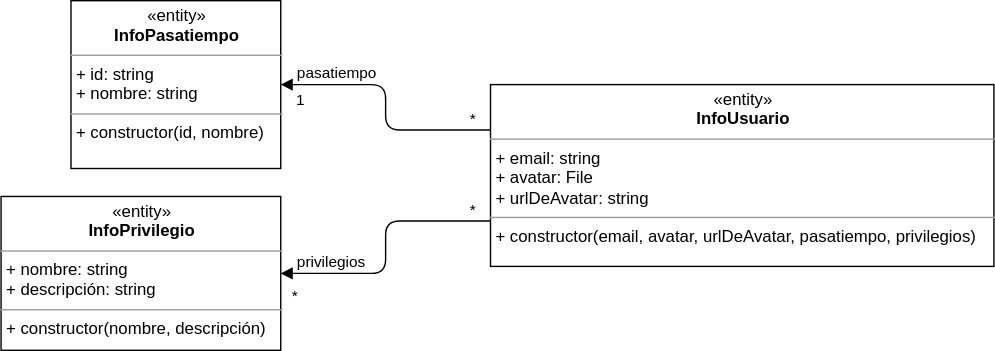
Above: img/clases_bd.svg in gilpgprap/gilpgprap.github.io (draw.io), before the change. Source tidied: cells renumbered, new cells last; positions are measured from the earlier drawing's top-left corner, leaving out a move shared by most shapes. Its diagram source:
```xml
<mxGraphModel>
  <root>
    <mxCell id="0" />
    <mxCell id="1" parent="0" />
    <mxCell id="2" value="&lt;p style=&quot;margin: 0px ; margin-top: 4px ; text-align: center&quot;&gt;«entity»&lt;br&gt;&lt;b&gt;InfoPasatiempo&lt;/b&gt;&lt;/p&gt;&lt;hr size=&quot;1&quot;&gt;&lt;p style=&quot;margin: 0px ; margin-left: 4px&quot;&gt;+ id: string&lt;br&gt;+ nombre: string&lt;/p&gt;&lt;hr size=&quot;1&quot;&gt;&lt;p style=&quot;margin: 0px ; margin-left: 4px&quot;&gt;+ constructor(id, nombre)&lt;/p&gt;" style="verticalAlign=top;align=left;overflow=fill;fontSize=12;fontFamily=Helvetica;html=1;" parent="1" vertex="1">
      <mxGeometry x="50" width="150" height="120" as="geometry" />
    </mxCell>
    <mxCell id="3" value="&lt;p style=&quot;margin: 0px ; margin-top: 4px ; text-align: center&quot;&gt;«entity»&lt;br&gt;&lt;b&gt;InfoUsuario&lt;/b&gt;&lt;/p&gt;&lt;hr size=&quot;1&quot;&gt;&lt;p style=&quot;margin: 0px ; margin-left: 4px&quot;&gt;+ email: string&lt;/p&gt;&lt;p style=&quot;margin: 0px ; margin-left: 4px&quot;&gt;+ avatar: File&lt;br&gt;&lt;/p&gt;&lt;p style=&quot;margin: 0px ; margin-left: 4px&quot;&gt;+ urlDeAvatar: string&lt;/p&gt;&lt;hr size=&quot;1&quot;&gt;&lt;p style=&quot;margin: 0px ; margin-left: 4px&quot;&gt;+ constructor(email, avatar, urlDeAvatar, pasatiempo, privilegios)&lt;/p&gt;" style="verticalAlign=top;align=left;overflow=fill;fontSize=12;fontFamily=Helvetica;html=1;" parent="1" vertex="1">
      <mxGeometry x="350" y="60" width="360" height="130" as="geometry" />
    </mxCell>
    <mxCell id="4" style="endArrow=none;html=1;edgeStyle=orthogonalEdgeStyle;exitX=1;exitY=0.5;exitDx=0;exitDy=0;entryX=0;entryY=0.75;entryDx=0;entryDy=0;startArrow=block;startFill=1;" parent="1" edge="1" source="12" target="3">
      <mxGeometry relative="1" as="geometry" />
    </mxCell>
    <mxCell id="5" value="privilegios" style="edgeLabel;html=1;align=left;verticalAlign=bottom;" parent="4" vertex="1">
      <mxGeometry x="-1" relative="1" as="geometry">
        <mxPoint x="10" as="offset" />
      </mxGeometry>
    </mxCell>
    <mxCell id="6" value="*" style="edgeLabel;html=1;align=right;verticalAlign=bottom;" parent="4" vertex="1">
      <mxGeometry x="1" relative="1" as="geometry">
        <mxPoint x="-10.5" as="offset" />
      </mxGeometry>
    </mxCell>
    <mxCell id="7" value="*" style="edgeLabel;html=1;align=center;verticalAlign=middle;" parent="4" vertex="1">
      <mxGeometry x="-0.9" y="-1" relative="1" as="geometry">
        <mxPoint y="14" as="offset" />
      </mxGeometry>
    </mxCell>
    <mxCell id="8" style="endArrow=none;html=1;edgeStyle=orthogonalEdgeStyle;exitX=1;exitY=0.5;exitDx=0;exitDy=0;entryX=0;entryY=0.25;entryDx=0;entryDy=0;startArrow=block;startFill=1;" parent="1" edge="1" source="2" target="3">
      <mxGeometry relative="1" as="geometry" />
    </mxCell>
    <mxCell id="9" value="pasatiempo" style="edgeLabel;html=1;align=left;verticalAlign=bottom;" parent="8" vertex="1">
      <mxGeometry x="-1" relative="1" as="geometry">
        <mxPoint x="10" as="offset" />
      </mxGeometry>
    </mxCell>
    <mxCell id="10" value="*" style="edgeLabel;html=1;align=right;verticalAlign=bottom;" parent="8" vertex="1">
      <mxGeometry x="1" relative="1" as="geometry">
        <mxPoint x="-10.9" as="offset" />
      </mxGeometry>
    </mxCell>
    <mxCell id="11" value="1" style="edgeLabel;html=1;align=center;verticalAlign=middle;" parent="8" vertex="1">
      <mxGeometry x="-0.81" y="-2" relative="1" as="geometry">
        <mxPoint x="-5" y="8" as="offset" />
      </mxGeometry>
    </mxCell>
    <mxCell id="12" value="&lt;p style=&quot;margin: 0px ; margin-top: 4px ; text-align: center&quot;&gt;«entity»&lt;br&gt;&lt;b&gt;InfoPrivilegio&lt;/b&gt;&lt;/p&gt;&lt;hr size=&quot;1&quot;&gt;&lt;p style=&quot;margin: 0px ; margin-left: 4px&quot;&gt;+ nombre: string&lt;br&gt;+ descripción: string&lt;/p&gt;&lt;hr size=&quot;1&quot;&gt;&lt;p style=&quot;margin: 0px ; margin-left: 4px&quot;&gt;+ constructor(nombre, descripción)&lt;/p&gt;" style="verticalAlign=top;align=left;overflow=fill;fontSize=12;fontFamily=Helvetica;html=1;" parent="1" vertex="1">
      <mxGeometry y="140" width="200" height="110" as="geometry" />
    </mxCell>
  </root>
</mxGraphModel>
```
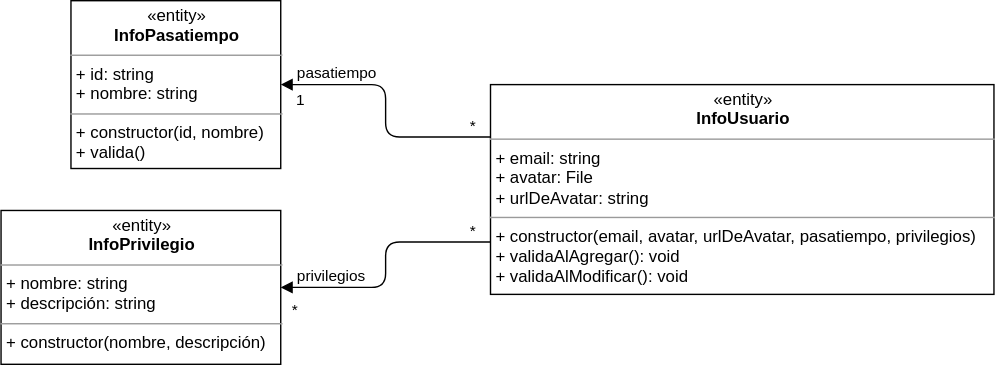
The same diagram one commit later.

Diff of the diagram source:
```diff
@@ -2,11 +2,11 @@
   <root>
     <mxCell id="0" />
     <mxCell id="1" parent="0" />
-    <mxCell id="2" value="&lt;p style=&quot;margin: 0px ; margin-top: 4px ; text-align: center&quot;&gt;«entity»&lt;br&gt;&lt;b&gt;InfoPasatiempo&lt;/b&gt;&lt;/p&gt;&lt;hr size=&quot;1&quot;&gt;&lt;p style=&quot;margin: 0px ; margin-left: 4px&quot;&gt;+ id: string&lt;br&gt;+ nombre: string&lt;/p&gt;&lt;hr size=&quot;1&quot;&gt;&lt;p style=&quot;margin: 0px ; margin-left: 4px&quot;&gt;+ constructor(id, nombre)&lt;/p&gt;" style="verticalAlign=top;align=left;overflow=fill;fontSize=12;fontFamily=Helvetica;html=1;" parent="1" vertex="1">
+    <mxCell id="2" value="&lt;p style=&quot;margin: 0px ; margin-top: 4px ; text-align: center&quot;&gt;«entity»&lt;br&gt;&lt;b&gt;InfoPasatiempo&lt;/b&gt;&lt;/p&gt;&lt;hr size=&quot;1&quot;&gt;&lt;p style=&quot;margin: 0px ; margin-left: 4px&quot;&gt;+ id: string&lt;br&gt;+ nombre: string&lt;/p&gt;&lt;hr size=&quot;1&quot;&gt;&lt;p style=&quot;margin: 0px ; margin-left: 4px&quot;&gt;+ constructor(id, nombre)&lt;/p&gt;&lt;p style=&quot;margin: 0px ; margin-left: 4px&quot;&gt;+ valida()&lt;/p&gt;" style="verticalAlign=top;align=left;overflow=fill;fontSize=12;fontFamily=Helvetica;html=1;" parent="1" vertex="1">
       <mxGeometry x="50" width="150" height="120" as="geometry" />
     </mxCell>
-    <mxCell id="3" value="&lt;p style=&quot;margin: 0px ; margin-top: 4px ; text-align: center&quot;&gt;«entity»&lt;br&gt;&lt;b&gt;InfoUsuario&lt;/b&gt;&lt;/p&gt;&lt;hr size=&quot;1&quot;&gt;&lt;p style=&quot;margin: 0px ; margin-left: 4px&quot;&gt;+ email: string&lt;/p&gt;&lt;p style=&quot;margin: 0px ; margin-left: 4px&quot;&gt;+ avatar: File&lt;br&gt;&lt;/p&gt;&lt;p style=&quot;margin: 0px ; margin-left: 4px&quot;&gt;+ urlDeAvatar: string&lt;/p&gt;&lt;hr size=&quot;1&quot;&gt;&lt;p style=&quot;margin: 0px ; margin-left: 4px&quot;&gt;+ constructor(email, avatar, urlDeAvatar, pasatiempo, privilegios)&lt;/p&gt;" style="verticalAlign=top;align=left;overflow=fill;fontSize=12;fontFamily=Helvetica;html=1;" parent="1" vertex="1">
-      <mxGeometry x="350" y="60" width="360" height="130" as="geometry" />
+    <mxCell id="3" value="&lt;p style=&quot;margin: 0px ; margin-top: 4px ; text-align: center&quot;&gt;«entity»&lt;br&gt;&lt;b&gt;InfoUsuario&lt;/b&gt;&lt;/p&gt;&lt;hr size=&quot;1&quot;&gt;&lt;p style=&quot;margin: 0px ; margin-left: 4px&quot;&gt;+ email: string&lt;/p&gt;&lt;p style=&quot;margin: 0px ; margin-left: 4px&quot;&gt;+ avatar: File&lt;br&gt;&lt;/p&gt;&lt;p style=&quot;margin: 0px ; margin-left: 4px&quot;&gt;+ urlDeAvatar: string&lt;/p&gt;&lt;hr size=&quot;1&quot;&gt;&lt;p style=&quot;margin: 0px ; margin-left: 4px&quot;&gt;+ constructor(email, avatar, urlDeAvatar, pasatiempo, privilegios)&lt;/p&gt;&lt;p style=&quot;margin: 0px ; margin-left: 4px&quot;&gt;+ validaAlAgregar(): void&lt;/p&gt;&lt;p style=&quot;margin: 0px ; margin-left: 4px&quot;&gt;+ validaAlModificar(): void&lt;/p&gt;" style="verticalAlign=top;align=left;overflow=fill;fontSize=12;fontFamily=Helvetica;html=1;" parent="1" vertex="1">
+      <mxGeometry x="350" y="60" width="360" height="150" as="geometry" />
     </mxCell>
     <mxCell id="4" style="endArrow=none;html=1;edgeStyle=orthogonalEdgeStyle;exitX=1;exitY=0.5;exitDx=0;exitDy=0;entryX=0;entryY=0.75;entryDx=0;entryDy=0;startArrow=block;startFill=1;" parent="1" edge="1" source="12" target="3">
       <mxGeometry relative="1" as="geometry" />
@@ -45,7 +45,7 @@
       </mxGeometry>
     </mxCell>
     <mxCell id="12" value="&lt;p style=&quot;margin: 0px ; margin-top: 4px ; text-align: center&quot;&gt;«entity»&lt;br&gt;&lt;b&gt;InfoPrivilegio&lt;/b&gt;&lt;/p&gt;&lt;hr size=&quot;1&quot;&gt;&lt;p style=&quot;margin: 0px ; margin-left: 4px&quot;&gt;+ nombre: string&lt;br&gt;+ descripción: string&lt;/p&gt;&lt;hr size=&quot;1&quot;&gt;&lt;p style=&quot;margin: 0px ; margin-left: 4px&quot;&gt;+ constructor(nombre, descripción)&lt;/p&gt;" style="verticalAlign=top;align=left;overflow=fill;fontSize=12;fontFamily=Helvetica;html=1;" parent="1" vertex="1">
-      <mxGeometry y="140" width="200" height="110" as="geometry" />
+      <mxGeometry y="150" width="200" height="110" as="geometry" />
     </mxCell>
   </root>
 </mxGraphModel>
```
